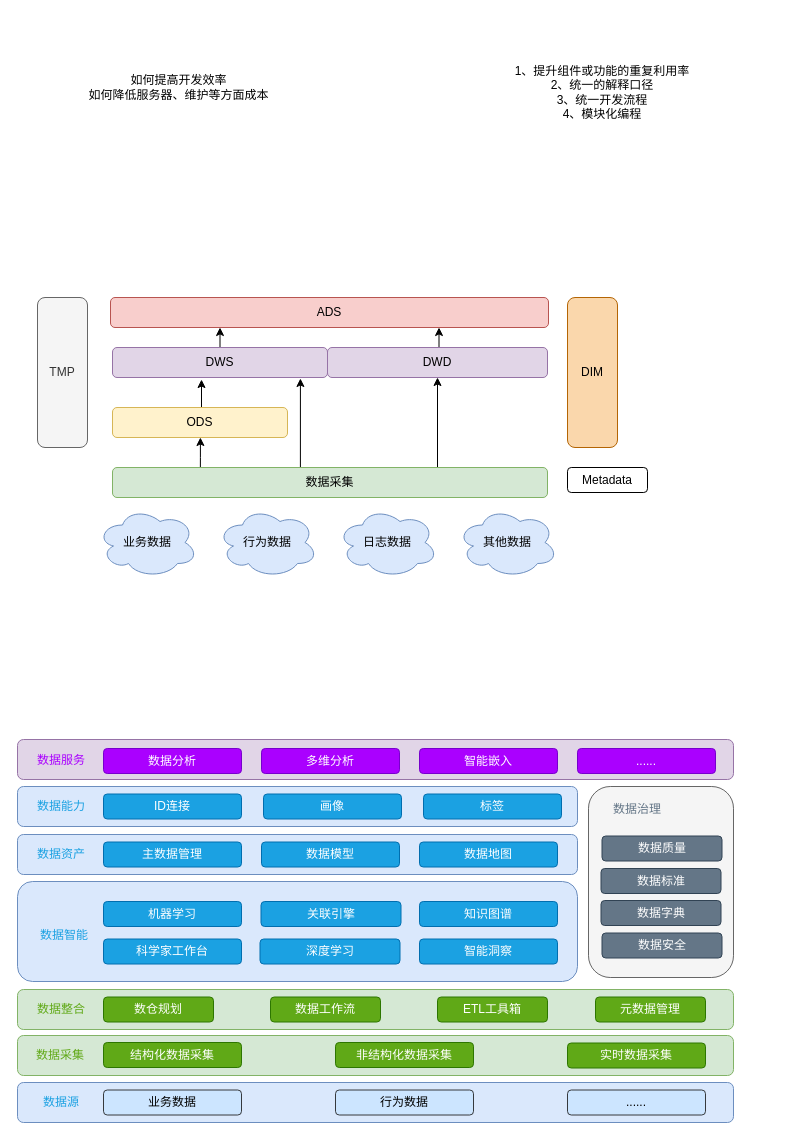
The draw.io diagram page "数据架构" (1 of 5) of big_data/大数据架构.drawio in zoeminghong/full-stack, before the edit. Source tidied: cells renumbered, new cells numbered last; positions are measured from the earlier drawing's top-left corner, leaving out a move shared by most shapes. Both pictures are drawn from the tidied source at 100%, with x=0, y=0 at pixel (17, 17).
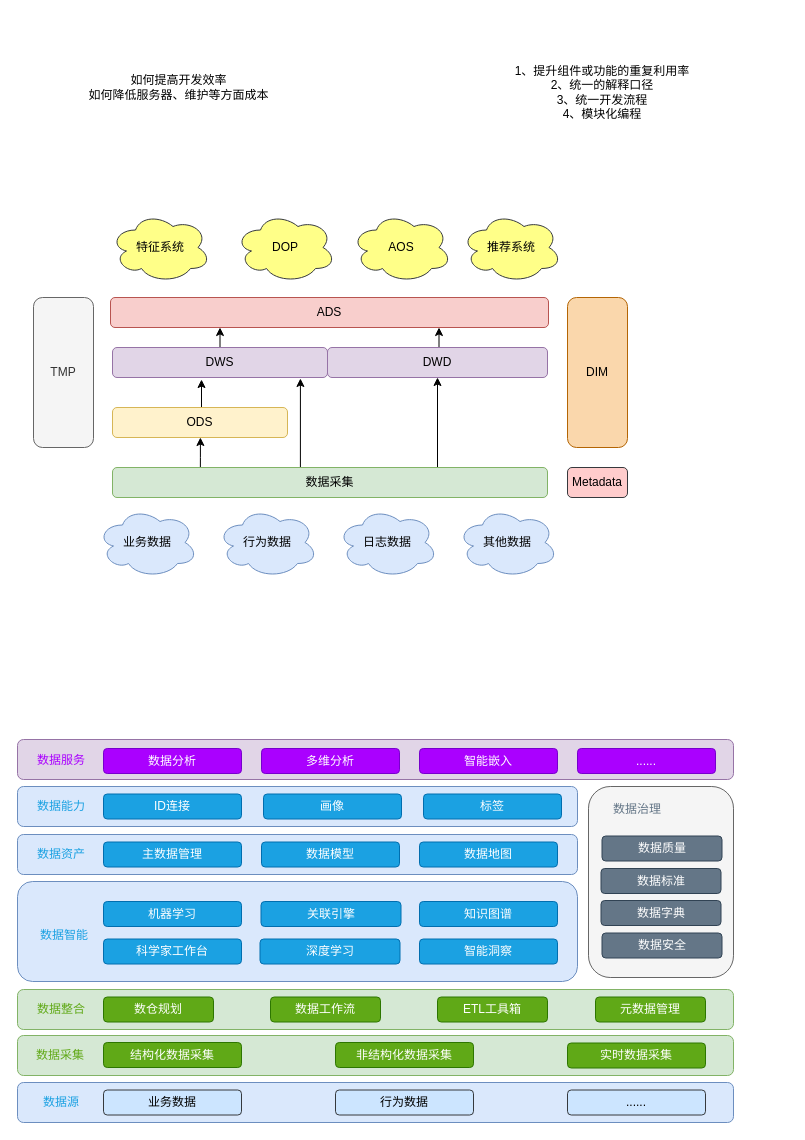
The same diagram, later.

Diff of the diagram source:
```diff
@@
     <mxCell id="17" value="TMP" style="rounded=1;whiteSpace=wrap;html=1;fillColor=#f5f5f5;strokeColor=#666666;fontColor=#333333;" parent="1" vertex="1">
-      <mxGeometry x="20" y="280" width="50" height="150" as="geometry" />
+      <mxGeometry x="16" y="280" width="60" height="150" as="geometry" />
     </mxCell>
     <mxCell id="18" value="DIM" style="rounded=1;whiteSpace=wrap;html=1;fillColor=#fad7ac;strokeColor=#b46504;" parent="1" vertex="1">
-      <mxGeometry x="550" y="280" width="50" height="150" as="geometry" />
+      <mxGeometry x="550" y="280" width="60" height="150" as="geometry" />
     </mxCell>
-    <mxCell id="19" value="Metadata" style="rounded=1;whiteSpace=wrap;html=1;" parent="1" vertex="1">
-      <mxGeometry x="550" y="450" width="80" height="25" as="geometry" />
+    <mxCell id="19" value="Metadata" style="rounded=1;whiteSpace=wrap;html=1;fillColor=#ffcccc;strokeColor=#36393d;" parent="1" vertex="1">
+      <mxGeometry x="550" y="450" width="60" height="30" as="geometry" />
     </mxCell>
@@
+    <mxCell id="68" value="特征系统" style="ellipse;shape=cloud;whiteSpace=wrap;html=1;fillColor=#ffff88;strokeColor=#36393d;" parent="1" vertex="1">
+      <mxGeometry x="93" y="195" width="100" height="70" as="geometry" />
+    </mxCell>
+    <mxCell id="69" value="DOP" style="ellipse;shape=cloud;whiteSpace=wrap;html=1;fillColor=#ffff88;strokeColor=#36393d;" parent="1" vertex="1">
+      <mxGeometry x="218" y="195" width="100" height="70" as="geometry" />
+    </mxCell>
+    <mxCell id="70" value="AOS" style="ellipse;shape=cloud;whiteSpace=wrap;html=1;fillColor=#ffff88;strokeColor=#36393d;" parent="1" vertex="1">
+      <mxGeometry x="334" y="195" width="100" height="70" as="geometry" />
+    </mxCell>
+    <mxCell id="71" value="推荐系统" style="ellipse;shape=cloud;whiteSpace=wrap;html=1;fillColor=#ffff88;strokeColor=#36393d;" parent="1" vertex="1">
+      <mxGeometry x="444" y="195" width="100" height="70" as="geometry" />
+    </mxCell>
```
